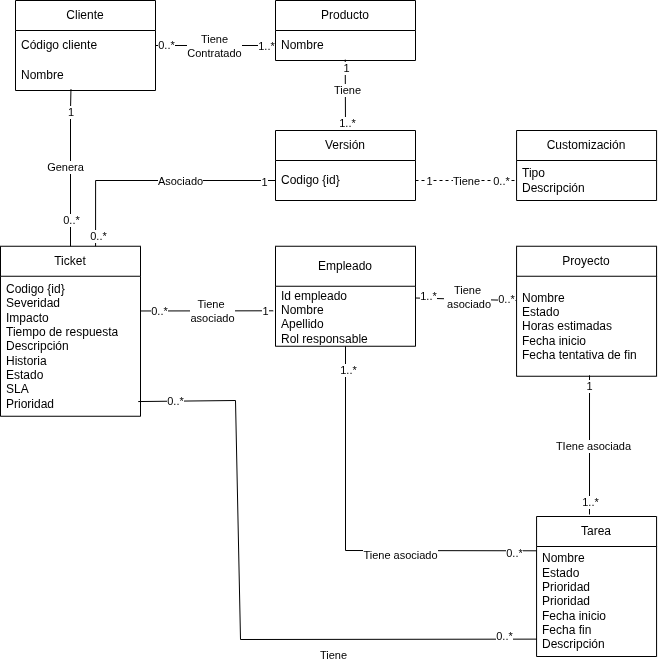
Above: docs/Dominio/img/mdd.png in CrissRMFI/TPG-PSA (draw.io), before the change. Source tidied: cells renumbered, new cells last; positions are measured from the earlier drawing's top-left corner, leaving out a move shared by most shapes.
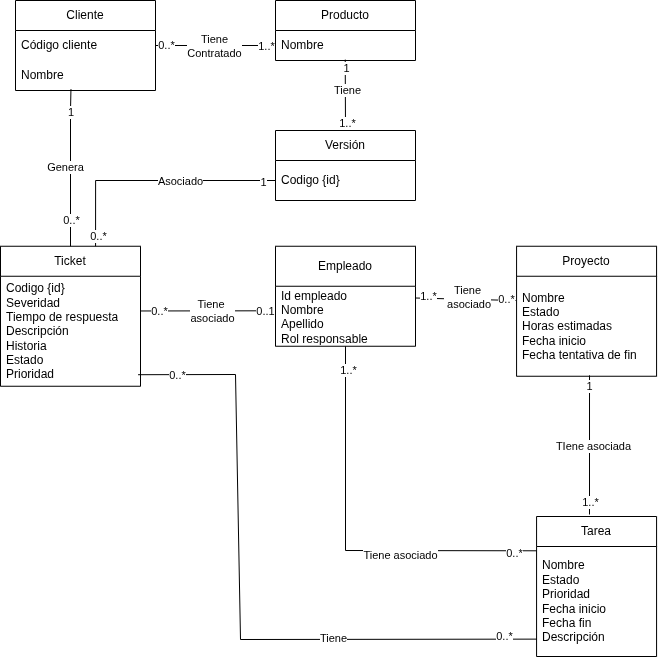
Above is the later version.

Change to the diagram source:
```diff
@@ -11,7 +11,7 @@
     <mxCell id="4" value="Tarea" style="swimlane;fontStyle=0;horizontal=1;startSize=30;whiteSpace=wrap;html=1;" parent="1" vertex="1">
       <mxGeometry x="536.1" y="516" width="120" height="140" as="geometry" />
     </mxCell>
-    <mxCell id="5" value="Nombre&lt;div&gt;Estado&lt;/div&gt;&lt;div&gt;Prioridad&lt;/div&gt;&lt;div&gt;Prioridad&lt;/div&gt;&lt;div&gt;Fecha inicio&lt;/div&gt;&lt;div&gt;Fecha fin&lt;/div&gt;&lt;div&gt;Descripción&lt;/div&gt;" style="text;strokeColor=none;fillColor=none;align=left;verticalAlign=middle;spacingLeft=4;spacingRight=4;overflow=hidden;points=[[0,0.5],[1,0.5]];portConstraint=eastwest;whiteSpace=wrap;html=1;" parent="4" vertex="1">
+    <mxCell id="5" value="Nombre&lt;div&gt;Estado&lt;/div&gt;&lt;div&gt;Prioridad&lt;/div&gt;&lt;div&gt;Fecha inicio&lt;/div&gt;&lt;div&gt;Fecha fin&lt;/div&gt;&lt;div&gt;Descripción&lt;/div&gt;" style="text;strokeColor=none;fillColor=none;align=left;verticalAlign=middle;spacingLeft=4;spacingRight=4;overflow=hidden;points=[[0,0.5],[1,0.5]];portConstraint=eastwest;whiteSpace=wrap;html=1;" parent="4" vertex="1">
       <mxGeometry y="30" width="120" height="110" as="geometry" />
     </mxCell>
     <mxCell id="6" style="endArrow=none;html=1;rounded=0;entryX=0.521;entryY=0.991;entryDx=0;entryDy=0;entryPerimeter=0;" parent="1" edge="1" target="3">
@@ -43,10 +43,10 @@
       <mxGeometry x="-0.89" y="-2" relative="1" as="geometry" />
     </mxCell>
     <mxCell id="14" value="Ticket" style="swimlane;fontStyle=0;horizontal=1;startSize=30;whiteSpace=wrap;html=1;" parent="1" vertex="1">
-      <mxGeometry y="245.8" width="140" height="170" as="geometry" />
+      <mxGeometry y="245.8" width="140" height="140" as="geometry" />
     </mxCell>
-    <mxCell id="15" value="Codigo {id}&lt;div&gt;Severidad&lt;/div&gt;&lt;div&gt;Impacto&lt;/div&gt;&lt;div&gt;Tiempo de respuesta&lt;/div&gt;&lt;div&gt;&lt;span style=&quot;background-color: transparent; color: light-dark(rgb(0, 0, 0), rgb(255, 255, 255));&quot;&gt;Descripción&amp;nbsp;&lt;/span&gt;&lt;/div&gt;&lt;div&gt;&lt;span style=&quot;background-color: transparent; color: light-dark(rgb(0, 0, 0), rgb(255, 255, 255));&quot;&gt;Historia&lt;/span&gt;&lt;/div&gt;&lt;div&gt;&lt;span style=&quot;background-color: transparent; color: light-dark(rgb(0, 0, 0), rgb(255, 255, 255));&quot;&gt;Estado&lt;/span&gt;&lt;/div&gt;&lt;div&gt;&lt;span style=&quot;background-color: transparent; color: light-dark(rgb(0, 0, 0), rgb(255, 255, 255));&quot;&gt;SLA&lt;/span&gt;&lt;/div&gt;&lt;div&gt;&lt;span style=&quot;background-color: transparent; color: light-dark(rgb(0, 0, 0), rgb(255, 255, 255));&quot;&gt;Prioridad&lt;/span&gt;&lt;/div&gt;" style="text;strokeColor=none;fillColor=none;align=left;verticalAlign=middle;spacingLeft=4;spacingRight=4;overflow=hidden;points=[[0,0.5],[1,0.5]];portConstraint=eastwest;whiteSpace=wrap;html=1;" parent="14" vertex="1">
-      <mxGeometry y="30" width="140" height="140" as="geometry" />
+    <mxCell id="15" value="Codigo {id}&lt;div&gt;Severidad&lt;/div&gt;&lt;div&gt;Tiempo de respuesta&lt;/div&gt;&lt;div&gt;&lt;span style=&quot;background-color: transparent; color: light-dark(rgb(0, 0, 0), rgb(255, 255, 255));&quot;&gt;Descripción&amp;nbsp;&lt;/span&gt;&lt;/div&gt;&lt;div&gt;&lt;span style=&quot;background-color: transparent; color: light-dark(rgb(0, 0, 0), rgb(255, 255, 255));&quot;&gt;Historia&lt;/span&gt;&lt;/div&gt;&lt;div&gt;&lt;span style=&quot;background-color: transparent; color: light-dark(rgb(0, 0, 0), rgb(255, 255, 255));&quot;&gt;Estado&lt;/span&gt;&lt;/div&gt;&lt;div&gt;&lt;span style=&quot;background-color: transparent; color: light-dark(rgb(0, 0, 0), rgb(255, 255, 255));&quot;&gt;Prioridad&lt;/span&gt;&lt;/div&gt;" style="text;strokeColor=none;fillColor=none;align=left;verticalAlign=middle;spacingLeft=4;spacingRight=4;overflow=hidden;points=[[0,0.5],[1,0.5]];portConstraint=eastwest;whiteSpace=wrap;html=1;" parent="14" vertex="1">
+      <mxGeometry y="30" width="140" height="110" as="geometry" />
     </mxCell>
     <mxCell id="16" value="Versión" style="swimlane;fontStyle=0;horizontal=1;startSize=30;whiteSpace=wrap;html=1;" parent="1" vertex="1">
       <mxGeometry x="275" y="130" width="140" height="70" as="geometry" />
@@ -99,7 +99,7 @@
       <mxGeometry relative="1" as="geometry">
         <Array as="points">
           <mxPoint x="240" y="639" />
-          <mxPoint x="235" y="400" />
+          <mxPoint x="235" y="374" />
         </Array>
       </mxGeometry>
     </mxCell>
@@ -141,7 +141,7 @@
         <mxPoint x="140" y="310.5" as="sourcePoint" />
       </mxGeometry>
     </mxCell>
-    <mxCell id="37" value="1" style="edgeLabel;html=1;align=center;verticalAlign=middle;" parent="36" vertex="1">
+    <mxCell id="37" value="0..1" style="edgeLabel;html=1;align=center;verticalAlign=middle;" parent="36" vertex="1">
       <mxGeometry x="0.77" y="-2" relative="1" as="geometry">
         <mxPoint x="7" y="-2" as="offset" />
       </mxGeometry>
@@ -180,30 +180,6 @@
         <mxPoint x="-46" y="25" as="offset" />
       </mxGeometry>
     </mxCell>
-    <mxCell id="46" value="Customización" style="swimlane;fontStyle=0;horizontal=1;startSize=30;whiteSpace=wrap;html=1;" parent="1" vertex="1">
-      <mxGeometry x="516.1" y="130" width="140" height="70" as="geometry" />
-    </mxCell>
-    <mxCell id="47" value="Tipo&lt;div&gt;Descripción&lt;/div&gt;" style="text;strokeColor=none;fillColor=none;align=left;verticalAlign=middle;spacingLeft=4;spacingRight=4;overflow=hidden;points=[[0,0.5],[1,0.5]];portConstraint=eastwest;whiteSpace=wrap;html=1;" parent="46" vertex="1">
-      <mxGeometry y="30" width="140" height="40" as="geometry" />
-    </mxCell>
-    <mxCell id="48" style="endArrow=none;dashed=1;html=1;rounded=0;edgeStyle=orthogonalEdgeStyle;exitX=1;exitY=0.5;exitDx=0;exitDy=0;" parent="1" edge="1" source="17" target="47">
-      <mxGeometry relative="1" as="geometry" />
-    </mxCell>
-    <mxCell id="49" value="Tiene" style="edgeLabel;html=1;align=center;verticalAlign=middle;" parent="48" vertex="1">
-      <mxGeometry x="-0.12" relative="1" as="geometry">
-        <mxPoint x="6" as="offset" />
-      </mxGeometry>
-    </mxCell>
-    <mxCell id="50" value="0..*" style="edgeLabel;html=1;align=center;verticalAlign=middle;" parent="48" vertex="1">
-      <mxGeometry x="0.8" y="2" relative="1" as="geometry">
-        <mxPoint x="-6" y="2" as="offset" />
-      </mxGeometry>
-    </mxCell>
-    <mxCell id="51" value="1" style="edgeLabel;html=1;align=center;verticalAlign=middle;" parent="48" vertex="1">
-      <mxGeometry x="-0.6" relative="1" as="geometry">
-        <mxPoint x="-7" as="offset" />
-      </mxGeometry>
-    </mxCell>
     <mxCell id="52" value="Cliente" style="swimlane;fontStyle=0;horizontal=1;startSize=30;whiteSpace=wrap;html=1;" parent="1" vertex="1">
       <mxGeometry x="15" width="140" height="90" as="geometry" />
     </mxCell>
```
